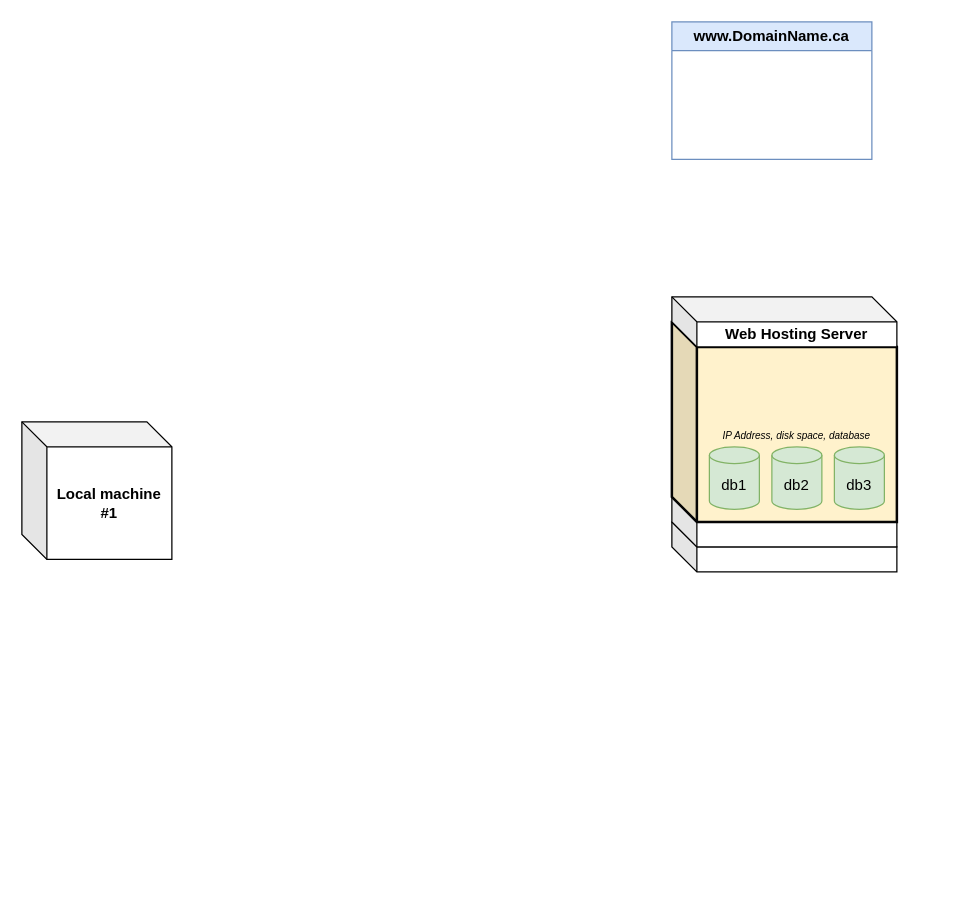
Before: tenis_infrastructure.drawio in zec-a/zec_tenis, a draw.io diagram. Source tidied: cells renumbered, new cells numbered last; positions are measured from the earlier drawing's top-left corner, leaving out a move shared by most shapes. Both pictures are drawn from the tidied source at 125%, with x=0, y=0 at pixel (21, 21).
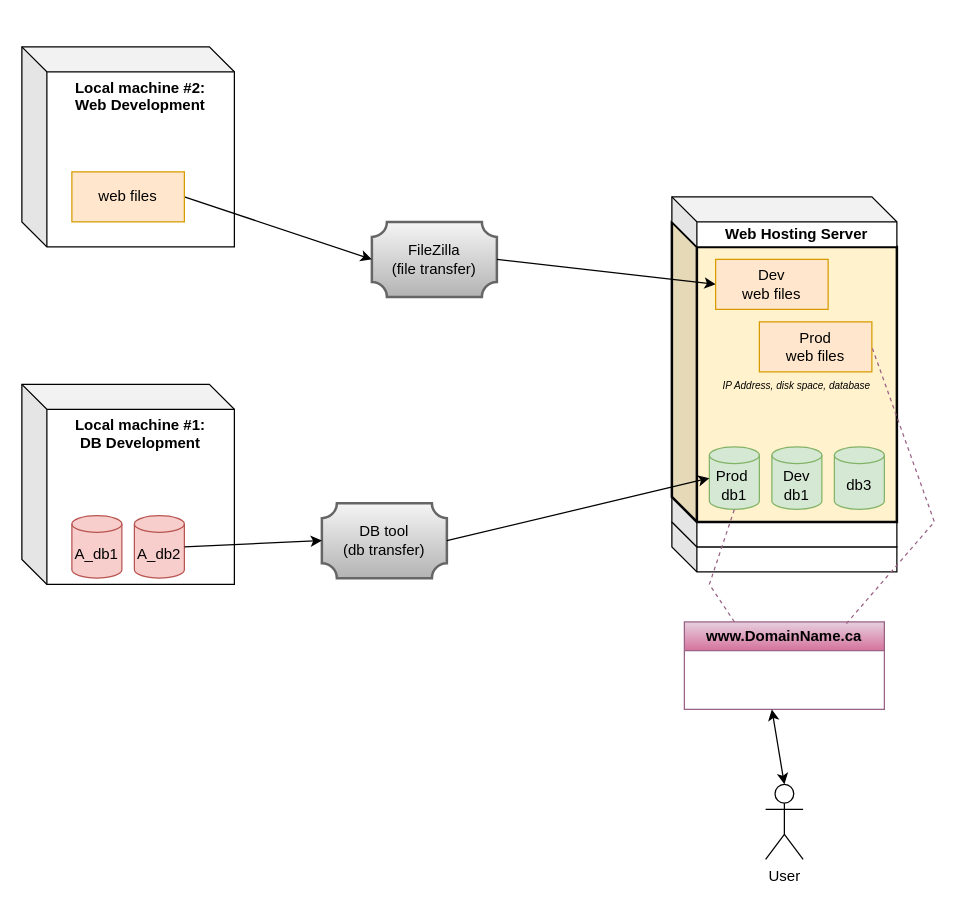
The same page after the edit.

The edit, as a diff of the source:
```diff
@@
     <mxCell id="4" value="&lt;font style=&quot;font-size: 8px;&quot;&gt;&lt;i&gt;IP Address, disk space, database&lt;/i&gt;&lt;/font&gt;" style="shape=cube;whiteSpace=wrap;html=1;boundedLbl=1;backgroundOutline=1;darkOpacity=0.05;darkOpacity2=0.1;fillColor=#fff2cc;strokeColor=#050505;strokeWidth=2;" parent="1" vertex="1">
-      <mxGeometry x="520" y="240" width="180" height="160" as="geometry" />
+      <mxGeometry x="520" y="160" width="180" height="240" as="geometry" />
     </mxCell>
     <mxCell id="5" value="Web Hosting Server" style="shape=cube;whiteSpace=wrap;html=1;boundedLbl=1;backgroundOutline=1;darkOpacity=0.05;darkOpacity2=0.1;fontStyle=1;" parent="1" vertex="1">
-      <mxGeometry x="520" y="220" width="180" height="40" as="geometry" />
+      <mxGeometry x="520" y="140" width="180" height="40" as="geometry" />
     </mxCell>
-    <mxCell id="6" value="www.DomainName.ca" style="swimlane;whiteSpace=wrap;html=1;fillColor=#dae8fc;strokeColor=#6c8ebf;" parent="1" vertex="1">
-      <mxGeometry x="520" width="160" height="110" as="geometry" />
+    <mxCell id="6" value="www.DomainName.ca" style="swimlane;whiteSpace=wrap;html=1;fillColor=#e6d0de;strokeColor=#996185;gradientColor=#d5739d;" parent="1" vertex="1">
+      <mxGeometry x="530" y="480" width="160" height="70" as="geometry" />
     </mxCell>
-    <mxCell id="7" value="db1" style="shape=cylinder3;whiteSpace=wrap;html=1;boundedLbl=1;backgroundOutline=1;size=6.66668701171875;fillColor=#d5e8d4;strokeColor=#82b366;" parent="1" vertex="1">
+    <mxCell id="7" value="Prod&amp;nbsp;&lt;div&gt;db1&lt;/div&gt;" style="shape=cylinder3;whiteSpace=wrap;html=1;boundedLbl=1;backgroundOutline=1;size=6.66668701171875;fillColor=#d5e8d4;strokeColor=#82b366;" parent="1" vertex="1">
       <mxGeometry x="550" y="340" width="40" height="50" as="geometry" />
     </mxCell>
-    <mxCell id="8" value="db2" style="shape=cylinder3;whiteSpace=wrap;html=1;boundedLbl=1;backgroundOutline=1;size=6.66668701171875;fillColor=#d5e8d4;strokeColor=#82b366;" parent="1" vertex="1">
+    <mxCell id="8" value="Dev&lt;div&gt;db1&lt;/div&gt;" style="shape=cylinder3;whiteSpace=wrap;html=1;boundedLbl=1;backgroundOutline=1;size=6.66668701171875;fillColor=#d5e8d4;strokeColor=#82b366;" parent="1" vertex="1">
       <mxGeometry x="600" y="340" width="40" height="50" as="geometry" />
     </mxCell>
@@
-    <mxCell id="10" value="Local machine #1" style="shape=cube;whiteSpace=wrap;html=1;boundedLbl=1;backgroundOutline=1;darkOpacity=0.05;darkOpacity2=0.1;fontStyle=1;" parent="1" vertex="1">
-      <mxGeometry y="320" width="120" height="110" as="geometry" />
+    <mxCell id="10" value="Local machine #1:&lt;div&gt;DB Development&lt;/div&gt;&lt;div&gt;&lt;br&gt;&lt;/div&gt;&lt;div&gt;&lt;br&gt;&lt;/div&gt;&lt;div&gt;&lt;br&gt;&lt;/div&gt;&lt;div&gt;&lt;br&gt;&lt;/div&gt;&lt;div&gt;&lt;br&gt;&lt;/div&gt;&lt;div&gt;&lt;br&gt;&lt;/div&gt;&lt;div&gt;&lt;br&gt;&lt;/div&gt;" style="shape=cube;whiteSpace=wrap;html=1;boundedLbl=1;backgroundOutline=1;darkOpacity=0.05;darkOpacity2=0.1;fontStyle=1;labelPosition=center;verticalLabelPosition=middle;align=center;verticalAlign=middle;size=20;" parent="1" vertex="1">
+      <mxGeometry y="290" width="170" height="160" as="geometry" />
     </mxCell>
+    <mxCell id="11" value="A_db1" style="shape=cylinder3;whiteSpace=wrap;html=1;boundedLbl=1;backgroundOutline=1;size=6.66668701171875;fillColor=#f8cecc;strokeColor=#b85450;" parent="1" vertex="1">
+      <mxGeometry x="40" y="395" width="40" height="50" as="geometry" />
+    </mxCell>
+    <mxCell id="12" value="A_db2" style="shape=cylinder3;whiteSpace=wrap;html=1;boundedLbl=1;backgroundOutline=1;size=6.66668701171875;fillColor=#f8cecc;strokeColor=#b85450;" parent="1" vertex="1">
+      <mxGeometry x="90" y="395" width="40" height="50" as="geometry" />
+    </mxCell>
+    <mxCell id="13" value="Local machine #2:&lt;div&gt;Web Development&lt;/div&gt;&lt;div&gt;&lt;br&gt;&lt;/div&gt;&lt;div&gt;&lt;br&gt;&lt;/div&gt;&lt;div&gt;&lt;br&gt;&lt;/div&gt;&lt;div&gt;&lt;br&gt;&lt;/div&gt;&lt;div&gt;&lt;br&gt;&lt;/div&gt;&lt;div&gt;&lt;br&gt;&lt;/div&gt;&lt;div&gt;&lt;br&gt;&lt;/div&gt;" style="shape=cube;whiteSpace=wrap;html=1;boundedLbl=1;backgroundOutline=1;darkOpacity=0.05;darkOpacity2=0.1;fontStyle=1;labelPosition=center;verticalLabelPosition=middle;align=center;verticalAlign=middle;size=20;" parent="1" vertex="1">
+      <mxGeometry y="20" width="170" height="160" as="geometry" />
+    </mxCell>
+    <mxCell id="14" value="FileZilla&lt;div&gt;(file transfer)&lt;/div&gt;" style="verticalLabelPosition=middle;verticalAlign=middle;html=1;shape=mxgraph.basic.plaque;dx=6;whiteSpace=wrap;labelPosition=center;align=center;strokeWidth=2;fillColor=#f5f5f5;strokeColor=#666666;gradientColor=#b3b3b3;" parent="1" vertex="1">
+      <mxGeometry x="280" y="160" width="100" height="60" as="geometry" />
+    </mxCell>
+    <mxCell id="15" style="endArrow=classic;html=1;rounded=0;exitX=1;exitY=0.5;exitDx=0;exitDy=0;entryX=0;entryY=0.5;entryDx=0;entryDy=0;entryPerimeter=0;" parent="1" edge="1" source="17" target="14">
+      <mxGeometry relative="1" as="geometry" />
+    </mxCell>
+    <mxCell id="16" style="endArrow=classic;html=1;rounded=0;exitX=1;exitY=0.5;exitDx=0;exitDy=0;exitPerimeter=0;entryX=0;entryY=0.5;entryDx=0;entryDy=0;" parent="1" edge="1" source="14" target="18">
+      <mxGeometry relative="1" as="geometry" />
+    </mxCell>
+    <mxCell id="17" value="web files" style="rounded=0;whiteSpace=wrap;html=1;fillColor=#ffe6cc;strokeColor=#d79b00;" parent="1" vertex="1">
+      <mxGeometry x="40" y="120" width="90" height="40" as="geometry" />
+    </mxCell>
+    <mxCell id="18" value="Dev&lt;div&gt;web files&lt;/div&gt;" style="rounded=0;whiteSpace=wrap;html=1;fillColor=#ffe6cc;strokeColor=#d79b00;" parent="1" vertex="1">
+      <mxGeometry x="555" y="190" width="90" height="40" as="geometry" />
+    </mxCell>
+    <mxCell id="19" value="Prod&lt;div&gt;web files&lt;/div&gt;" style="rounded=0;whiteSpace=wrap;html=1;fillColor=#ffe6cc;strokeColor=#d79b00;" parent="1" vertex="1">
+      <mxGeometry x="590" y="240" width="90" height="40" as="geometry" />
+    </mxCell>
+    <mxCell id="20" value="DB tool&lt;div&gt;(db transfer)&lt;/div&gt;" style="verticalLabelPosition=middle;verticalAlign=middle;html=1;shape=mxgraph.basic.plaque;dx=6;whiteSpace=wrap;labelPosition=center;align=center;strokeWidth=2;fillColor=#f5f5f5;strokeColor=#666666;gradientColor=#b3b3b3;" parent="1" vertex="1">
+      <mxGeometry x="240" y="385" width="100" height="60" as="geometry" />
+    </mxCell>
+    <mxCell id="21" style="endArrow=classic;html=1;rounded=0;exitX=1;exitY=0.5;exitDx=0;exitDy=0;entryX=0;entryY=0.5;entryDx=0;entryDy=0;entryPerimeter=0;" parent="1" edge="1" target="20">
+      <mxGeometry relative="1" as="geometry">
+        <mxPoint x="130" y="420" as="sourcePoint" />
+      </mxGeometry>
+    </mxCell>
+    <mxCell id="22" style="endArrow=classic;html=1;rounded=0;exitX=1;exitY=0.5;exitDx=0;exitDy=0;entryX=0;entryY=0.5;entryDx=0;entryDy=0;entryPerimeter=0;exitPerimeter=0;" parent="1" edge="1" source="20" target="7">
+      <mxGeometry relative="1" as="geometry" />
+    </mxCell>
+    <mxCell id="23" style="endArrow=none;dashed=1;html=1;rounded=0;entryX=0.5;entryY=1;entryDx=0;entryDy=0;entryPerimeter=0;exitX=0.25;exitY=0;exitDx=0;exitDy=0;fillColor=#e6d0de;gradientColor=#d5739d;strokeColor=#996185;" parent="1" edge="1" source="6" target="7">
+      <mxGeometry relative="1" as="geometry">
+        <Array as="points">
+          <mxPoint x="550" y="450" />
+        </Array>
+      </mxGeometry>
+    </mxCell>
+    <mxCell id="24" style="endArrow=none;dashed=1;html=1;rounded=0;exitX=0.81;exitY=0.02;exitDx=0;exitDy=0;entryX=1;entryY=0.5;entryDx=0;entryDy=0;exitPerimeter=0;fillColor=#e6d0de;gradientColor=#d5739d;strokeColor=#996185;" parent="1" edge="1" source="6" target="19">
+      <mxGeometry relative="1" as="geometry">
+        <Array as="points">
+          <mxPoint x="730" y="400" />
+        </Array>
+      </mxGeometry>
+    </mxCell>
+    <mxCell id="25" value="User" style="shape=umlActor;verticalLabelPosition=bottom;verticalAlign=top;html=1;outlineConnect=0;" parent="1" vertex="1">
+      <mxGeometry x="595" y="610" width="30" height="60" as="geometry" />
+    </mxCell>
+    <mxCell id="26" style="endArrow=classic;startArrow=classic;html=1;rounded=0;exitX=0.5;exitY=0;exitDx=0;exitDy=0;exitPerimeter=0;" parent="1" edge="1" source="25">
+      <mxGeometry relative="1" as="geometry">
+        <mxPoint x="600" y="550" as="targetPoint" />
+      </mxGeometry>
+    </mxCell>
```
